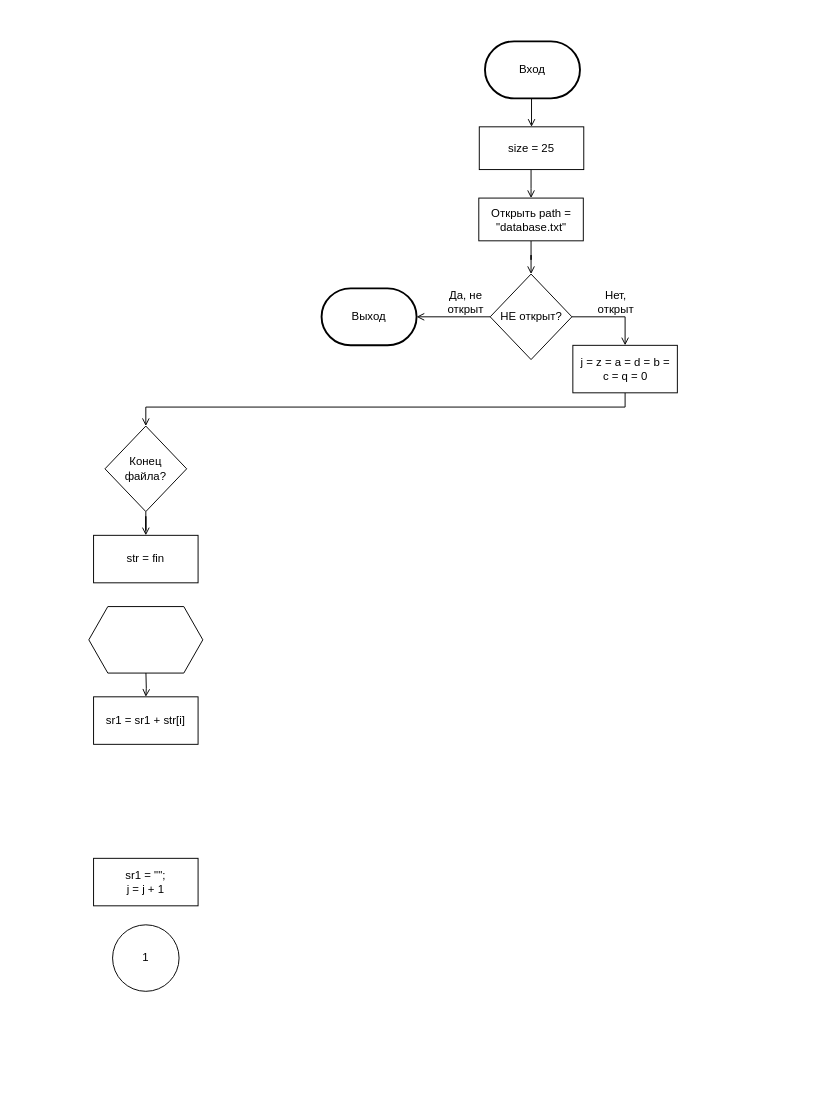
Before: laba7.drawio in ArgumenTiKi/labs, a draw.io diagram. Source tidied: cells renumbered, new cells numbered last; positions are measured from the earlier drawing's top-left corner, leaving out a move shared by most shapes. Both pictures are drawn from the tidied source at 95%, with x=0, y=0 at pixel (88, 41).
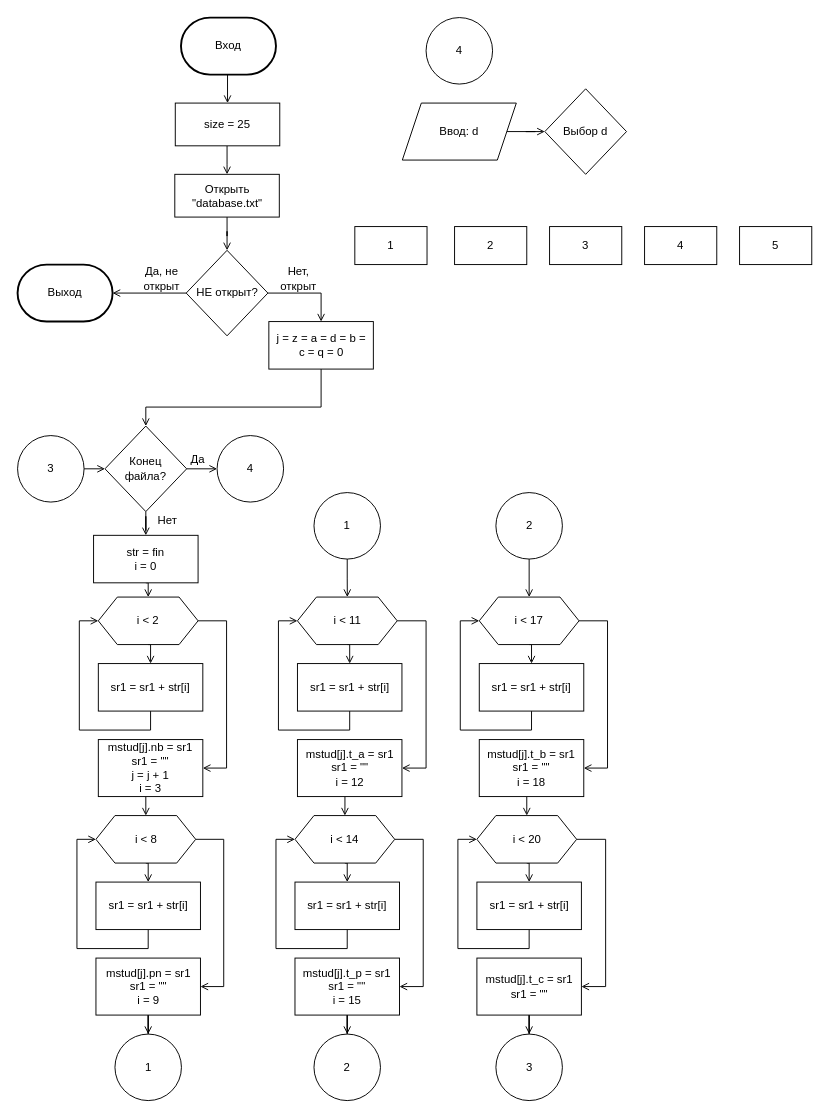
The same diagram, later.

The change refers to these unchanged cells:
```xml
<mxCell id="18" value="Конец&lt;br&gt;файла?" style="rhombus;whiteSpace=wrap;html=1;direction=south;" parent="1" vertex="1">
  <mxGeometry x="17" y="405" width="86" height="90" as="geometry" />
</mxCell>
```

Change to the diagram source:
```diff
@@
     <mxCell id="2" style="edgeStyle=orthogonalEdgeStyle;rounded=0;jettySize=auto;html=1;exitX=0.5;exitY=1;exitDx=0;exitDy=0;exitPerimeter=0;entryX=0.5;entryY=0;entryDx=0;entryDy=0;endArrow=open;endFill=0;" parent="1" edge="1" source="3">
       <mxGeometry relative="1" as="geometry">
-        <mxPoint x="466" y="90" as="targetPoint" />
+        <mxPoint x="146" y="65" as="targetPoint" />
       </mxGeometry>
     </mxCell>
     <mxCell id="3" value="Вход" style="strokeWidth=2;html=1;shape=mxgraph.flowchart.terminator;whiteSpace=wrap;" parent="1" vertex="1">
-      <mxGeometry x="417" width="100" height="60" as="geometry" />
+      <mxGeometry x="97" y="-25" width="100" height="60" as="geometry" />
     </mxCell>
     <mxCell id="4" style="edgeStyle=orthogonalEdgeStyle;rounded=0;jettySize=auto;html=1;entryX=0.5;entryY=0;entryDx=0;entryDy=0;endArrow=open;endFill=0;" parent="1" edge="1" source="5" target="15">
       <mxGeometry relative="1" as="geometry">
         <Array as="points">
-          <mxPoint x="466" y="155" />
+          <mxPoint x="146" y="130" />
         </Array>
       </mxGeometry>
     </mxCell>
     <mxCell id="5" value="size = 25" style="rounded=0;whiteSpace=wrap;html=1;" parent="1" vertex="1">
-      <mxGeometry x="411" y="90" width="110" height="45" as="geometry" />
+      <mxGeometry x="91" y="65" width="110" height="45" as="geometry" />
     </mxCell>
     <mxCell id="6" style="edgeStyle=orthogonalEdgeStyle;rounded=0;jettySize=auto;html=1;entryX=0;entryY=0.5;entryDx=0;entryDy=0;endArrow=open;endFill=0;" parent="1" edge="1" source="7" target="18">
       <mxGeometry relative="1" as="geometry">
         <Array as="points">
-          <mxPoint x="565" y="385" />
+          <mxPoint x="244" y="385" />
           <mxPoint x="60" y="385" />
         </Array>
       </mxGeometry>
     </mxCell>
     <mxCell id="7" value="j = z = a = d = b = &lt;br&gt;c = q = 0" style="rounded=0;whiteSpace=wrap;html=1;" parent="1" vertex="1">
-      <mxGeometry x="509.5" y="320" width="110" height="50" as="geometry" />
+      <mxGeometry x="189.5" y="295" width="110" height="50" as="geometry" />
     </mxCell>
     <mxCell id="8" style="edgeStyle=orthogonalEdgeStyle;rounded=0;jettySize=auto;html=1;exitX=0.5;exitY=1;exitDx=0;exitDy=0;entryX=0;entryY=0.5;entryDx=0;entryDy=0;" parent="1" edge="1" target="11">
       <mxGeometry relative="1" as="geometry">
-        <mxPoint x="459.5" y="257" as="sourcePoint" />
+        <mxPoint x="139.5" y="232" as="sourcePoint" />
       </mxGeometry>
     </mxCell>
@@
     <mxCell id="11" value="НЕ открыт?" style="rhombus;whiteSpace=wrap;html=1;direction=south;" parent="1" vertex="1">
-      <mxGeometry x="422.5" y="245" width="86" height="90" as="geometry" />
+      <mxGeometry x="102.5" y="220" width="86" height="90" as="geometry" />
     </mxCell>
     <mxCell id="12" value="Да, не открыт" style="text;html=1;strokeColor=none;fillColor=none;align=center;verticalAlign=middle;whiteSpace=wrap;rounded=0;" parent="1" vertex="1">
-      <mxGeometry x="376.5" y="265" width="40" height="20" as="geometry" />
+      <mxGeometry x="56.5" y="240" width="40" height="20" as="geometry" />
     </mxCell>
     <mxCell id="13" value="Нет, открыт" style="text;html=1;strokeColor=none;fillColor=none;align=center;verticalAlign=middle;whiteSpace=wrap;rounded=0;" parent="1" vertex="1">
-      <mxGeometry x="534.5" y="265" width="40" height="20" as="geometry" />
+      <mxGeometry x="201" y="240" width="40" height="20" as="geometry" />
     </mxCell>
@@
-    <mxCell id="15" value="Открыть path =&lt;br&gt;&quot;database.txt&quot;" style="rounded=0;whiteSpace=wrap;html=1;" parent="1" vertex="1">
-      <mxGeometry x="410.5" y="165" width="110" height="45" as="geometry" />
+    <mxCell id="15" value="Открыть&lt;br&gt;&quot;database.txt&quot;" style="rounded=0;whiteSpace=wrap;html=1;" parent="1" vertex="1">
+      <mxGeometry x="90.5" y="140" width="110" height="45" as="geometry" />
     </mxCell>
     <mxCell id="16" value="Выход" style="strokeWidth=2;html=1;shape=mxgraph.flowchart.terminator;whiteSpace=wrap;" parent="1" vertex="1">
-      <mxGeometry x="245" y="260" width="100" height="60" as="geometry" />
+      <mxGeometry x="-75" y="235" width="100" height="60" as="geometry" />
     </mxCell>
@@
+    <mxCell id="25" style="edgeStyle=orthogonalEdgeStyle;rounded=0;jettySize=auto;html=1;exitX=0.5;exitY=0;exitDx=0;exitDy=0;entryX=0;entryY=0.5;entryDx=0;entryDy=0;endArrow=open;endFill=0;" parent="1" edge="1" source="18" target="75">
+      <mxGeometry relative="1" as="geometry" />
+    </mxCell>
@@
+    <mxCell id="26" style="edgeStyle=orthogonalEdgeStyle;rounded=0;jettySize=auto;html=1;exitX=0.5;exitY=1;exitDx=0;exitDy=0;entryX=0.5;entryY=0;entryDx=0;entryDy=0;endArrow=open;endFill=0;" parent="1" edge="1" source="19" target="24">
+      <mxGeometry relative="1" as="geometry" />
+    </mxCell>
-    <mxCell id="19" value="str = fin" style="rounded=0;whiteSpace=wrap;html=1;" parent="1" vertex="1">
+    <mxCell id="19" value="str = fin&lt;br&gt;i = 0" style="rounded=0;whiteSpace=wrap;html=1;" parent="1" vertex="1">
       <mxGeometry x="5" y="520" width="110" height="50" as="geometry" />
     </mxCell>
-    <mxCell id="20" style="edgeStyle=orthogonalEdgeStyle;rounded=0;jettySize=auto;html=1;endArrow=open;endFill=0;" parent="1" edge="1" target="21">
-      <mxGeometry relative="1" as="geometry">
-        <mxPoint x="60" y="660" as="sourcePoint" />
-      </mxGeometry>
-    </mxCell>
+    <mxCell id="27" style="edgeStyle=orthogonalEdgeStyle;rounded=0;jettySize=auto;html=1;entryX=0;entryY=0.5;entryDx=0;entryDy=0;endArrow=open;endFill=0;" parent="1" edge="1" source="21" target="24">
+      <mxGeometry relative="1" as="geometry">
+        <Array as="points">
+          <mxPoint x="65" y="725" />
+          <mxPoint x="-10" y="725" />
+          <mxPoint x="-10" y="610" />
+        </Array>
+      </mxGeometry>
+    </mxCell>
     <mxCell id="21" value="sr1 = sr1 + str[i]" style="rounded=0;whiteSpace=wrap;html=1;" parent="1" vertex="1">
-      <mxGeometry x="5" y="690" width="110" height="50" as="geometry" />
+      <mxGeometry x="10" y="655" width="110" height="50" as="geometry" />
     </mxCell>
+    <mxCell id="28" style="edgeStyle=orthogonalEdgeStyle;rounded=0;jettySize=auto;html=1;entryX=0.5;entryY=0;entryDx=0;entryDy=0;endArrow=open;endFill=0;" parent="1" edge="1" source="22" target="38">
+      <mxGeometry relative="1" as="geometry">
+        <Array as="points">
+          <mxPoint x="60" y="805" />
+          <mxPoint x="60" y="805" />
+        </Array>
+      </mxGeometry>
+    </mxCell>
-    <mxCell id="22" value="sr1 = &quot;&quot;;&lt;br&gt;j = j + 1" style="rounded=0;whiteSpace=wrap;html=1;" parent="1" vertex="1">
-      <mxGeometry x="5" y="860" width="110" height="50" as="geometry" />
+    <mxCell id="22" value="mstud[j].nb = sr1&lt;br&gt;sr1 = &quot;&quot;&lt;br&gt;j = j + 1&lt;br&gt;i = 3" style="rounded=0;whiteSpace=wrap;html=1;" parent="1" vertex="1">
+      <mxGeometry x="10" y="735" width="110" height="60" as="geometry" />
     </mxCell>
     <mxCell id="23" value="1" style="ellipse;whiteSpace=wrap;html=1;" parent="1" vertex="1">
-      <mxGeometry x="25" y="930" width="70" height="70" as="geometry" />
+      <mxGeometry x="27.5" y="1045" width="70" height="70" as="geometry" />
     </mxCell>
+    <mxCell id="29" style="edgeStyle=orthogonalEdgeStyle;rounded=0;jettySize=auto;html=1;exitX=0.5;exitY=1;exitDx=0;exitDy=0;entryX=0.5;entryY=0;entryDx=0;entryDy=0;endArrow=open;endFill=0;" parent="1" edge="1" source="24" target="21">
+      <mxGeometry relative="1" as="geometry" />
+    </mxCell>
+    <mxCell id="30" style="edgeStyle=orthogonalEdgeStyle;rounded=0;jettySize=auto;html=1;exitX=1;exitY=0.5;exitDx=0;exitDy=0;entryX=1;entryY=0.5;entryDx=0;entryDy=0;endArrow=open;endFill=0;" parent="1" edge="1" source="24" target="22">
+      <mxGeometry relative="1" as="geometry">
+        <Array as="points">
+          <mxPoint x="145" y="610" />
+          <mxPoint x="145" y="765" />
+        </Array>
+      </mxGeometry>
+    </mxCell>
-    <mxCell id="24" style="shape=hexagon;perimeter=hexagonPerimeter2;whiteSpace=wrap;html=1;fixedSize=1;" parent="1" vertex="1">
-      <mxGeometry y="595" width="120" height="70" as="geometry" />
+    <mxCell id="24" value="i &amp;lt; 2" style="shape=hexagon;perimeter=hexagonPerimeter2;whiteSpace=wrap;html=1;fixedSize=1;" parent="1" vertex="1">
+      <mxGeometry x="10" y="585" width="105" height="50" as="geometry" />
     </mxCell>
+    <mxCell id="31" value="Нет" style="text;html=1;strokeColor=none;fillColor=none;align=center;verticalAlign=middle;whiteSpace=wrap;rounded=0;" parent="1" vertex="1">
+      <mxGeometry x="63" y="495" width="40" height="20" as="geometry" />
+    </mxCell>
+    <mxCell id="32" style="edgeStyle=orthogonalEdgeStyle;rounded=0;jettySize=auto;html=1;entryX=0;entryY=0.5;entryDx=0;entryDy=0;endArrow=open;endFill=0;" parent="1" edge="1" source="33" target="38">
+      <mxGeometry relative="1" as="geometry">
+        <Array as="points">
+          <mxPoint x="62.5" y="955" />
+          <mxPoint x="-12.5" y="955" />
+          <mxPoint x="-12.5" y="840" />
+        </Array>
+      </mxGeometry>
+    </mxCell>
+    <mxCell id="33" value="sr1 = sr1 + str[i]" style="rounded=0;whiteSpace=wrap;html=1;" parent="1" vertex="1">
+      <mxGeometry x="7.5" y="885" width="110" height="50" as="geometry" />
+    </mxCell>
+    <mxCell id="34" style="edgeStyle=orthogonalEdgeStyle;rounded=0;jettySize=auto;html=1;endArrow=open;endFill=0;" parent="1" edge="1" source="35" target="23">
+      <mxGeometry relative="1" as="geometry" />
+    </mxCell>
+    <mxCell id="35" value="mstud[j].pn = sr1&lt;br&gt;sr1 = &quot;&quot;&lt;br&gt;i = 9" style="rounded=0;whiteSpace=wrap;html=1;" parent="1" vertex="1">
+      <mxGeometry x="7.5" y="965" width="110" height="60" as="geometry" />
+    </mxCell>
+    <mxCell id="36" style="edgeStyle=orthogonalEdgeStyle;rounded=0;jettySize=auto;html=1;exitX=0.5;exitY=1;exitDx=0;exitDy=0;entryX=0.5;entryY=0;entryDx=0;entryDy=0;endArrow=open;endFill=0;" parent="1" edge="1" source="38" target="33">
+      <mxGeometry relative="1" as="geometry" />
+    </mxCell>
+    <mxCell id="37" style="edgeStyle=orthogonalEdgeStyle;rounded=0;jettySize=auto;html=1;exitX=1;exitY=0.5;exitDx=0;exitDy=0;entryX=1;entryY=0.5;entryDx=0;entryDy=0;endArrow=open;endFill=0;" parent="1" edge="1" source="38" target="35">
+      <mxGeometry relative="1" as="geometry">
+        <Array as="points">
+          <mxPoint x="142" y="840" />
+          <mxPoint x="142" y="995" />
+        </Array>
+      </mxGeometry>
+    </mxCell>
+    <mxCell id="38" value="i &amp;lt; 8" style="shape=hexagon;perimeter=hexagonPerimeter2;whiteSpace=wrap;html=1;fixedSize=1;" parent="1" vertex="1">
+      <mxGeometry x="7.5" y="815" width="105" height="50" as="geometry" />
+    </mxCell>
+    <mxCell id="39" style="edgeStyle=orthogonalEdgeStyle;rounded=0;jettySize=auto;html=1;entryX=0;entryY=0.5;entryDx=0;entryDy=0;endArrow=open;endFill=0;" parent="1" edge="1" source="40" target="46">
+      <mxGeometry relative="1" as="geometry">
+        <Array as="points">
+          <mxPoint x="274.6" y="725" />
+          <mxPoint x="199.6" y="725" />
+          <mxPoint x="199.6" y="610" />
+        </Array>
+      </mxGeometry>
+    </mxCell>
+    <mxCell id="40" value="sr1 = sr1 + str[i]" style="rounded=0;whiteSpace=wrap;html=1;" parent="1" vertex="1">
+      <mxGeometry x="219.6" y="655" width="110" height="50" as="geometry" />
+    </mxCell>
+    <mxCell id="41" style="edgeStyle=orthogonalEdgeStyle;rounded=0;jettySize=auto;html=1;entryX=0.5;entryY=0;entryDx=0;entryDy=0;endArrow=open;endFill=0;" parent="1" edge="1" source="42" target="53">
+      <mxGeometry relative="1" as="geometry">
+        <Array as="points">
+          <mxPoint x="269.6" y="805" />
+          <mxPoint x="269.6" y="805" />
+        </Array>
+      </mxGeometry>
+    </mxCell>
+    <mxCell id="42" value="mstud[j].t_a = sr1&lt;br&gt;sr1 = &quot;&quot;&lt;br&gt;i = 12" style="rounded=0;whiteSpace=wrap;html=1;" parent="1" vertex="1">
+      <mxGeometry x="219.6" y="735" width="110" height="60" as="geometry" />
+    </mxCell>
+    <mxCell id="43" value="2" style="ellipse;whiteSpace=wrap;html=1;" parent="1" vertex="1">
+      <mxGeometry x="237" y="1045" width="70" height="70" as="geometry" />
+    </mxCell>
+    <mxCell id="44" style="edgeStyle=orthogonalEdgeStyle;rounded=0;jettySize=auto;html=1;exitX=0.5;exitY=1;exitDx=0;exitDy=0;entryX=0.5;entryY=0;entryDx=0;entryDy=0;endArrow=open;endFill=0;" parent="1" edge="1" source="46" target="40">
+      <mxGeometry relative="1" as="geometry" />
+    </mxCell>
+    <mxCell id="45" style="edgeStyle=orthogonalEdgeStyle;rounded=0;jettySize=auto;html=1;exitX=1;exitY=0.5;exitDx=0;exitDy=0;entryX=1;entryY=0.5;entryDx=0;entryDy=0;endArrow=open;endFill=0;" parent="1" edge="1" source="46" target="42">
+      <mxGeometry relative="1" as="geometry">
+        <Array as="points">
+          <mxPoint x="355" y="610" />
+          <mxPoint x="355" y="765" />
+        </Array>
+      </mxGeometry>
+    </mxCell>
+    <mxCell id="46" value="i &amp;lt; 11" style="shape=hexagon;perimeter=hexagonPerimeter2;whiteSpace=wrap;html=1;fixedSize=1;" parent="1" vertex="1">
+      <mxGeometry x="219.6" y="585" width="105" height="50" as="geometry" />
+    </mxCell>
+    <mxCell id="47" style="edgeStyle=orthogonalEdgeStyle;rounded=0;jettySize=auto;html=1;entryX=0;entryY=0.5;entryDx=0;entryDy=0;endArrow=open;endFill=0;" parent="1" edge="1" source="48" target="53">
+      <mxGeometry relative="1" as="geometry">
+        <Array as="points">
+          <mxPoint x="272" y="955" />
+          <mxPoint x="197" y="955" />
+          <mxPoint x="197" y="840" />
+        </Array>
+      </mxGeometry>
+    </mxCell>
+    <mxCell id="48" value="sr1 = sr1 + str[i]" style="rounded=0;whiteSpace=wrap;html=1;" parent="1" vertex="1">
+      <mxGeometry x="217" y="885" width="110" height="50" as="geometry" />
+    </mxCell>
+    <mxCell id="49" style="edgeStyle=orthogonalEdgeStyle;rounded=0;jettySize=auto;html=1;endArrow=open;endFill=0;" parent="1" edge="1" source="50" target="43">
+      <mxGeometry relative="1" as="geometry" />
+    </mxCell>
+    <mxCell id="50" value="mstud[j].t_p = sr1&lt;br&gt;sr1 = &quot;&quot;&lt;br&gt;i = 15" style="rounded=0;whiteSpace=wrap;html=1;" parent="1" vertex="1">
+      <mxGeometry x="217" y="965" width="110" height="60" as="geometry" />
+    </mxCell>
+    <mxCell id="51" style="edgeStyle=orthogonalEdgeStyle;rounded=0;jettySize=auto;html=1;exitX=0.5;exitY=1;exitDx=0;exitDy=0;entryX=0.5;entryY=0;entryDx=0;entryDy=0;endArrow=open;endFill=0;" parent="1" edge="1" source="53" target="48">
+      <mxGeometry relative="1" as="geometry" />
+    </mxCell>
+    <mxCell id="52" style="edgeStyle=orthogonalEdgeStyle;rounded=0;jettySize=auto;html=1;exitX=1;exitY=0.5;exitDx=0;exitDy=0;entryX=1;entryY=0.5;entryDx=0;entryDy=0;endArrow=open;endFill=0;" parent="1" edge="1" source="53" target="50">
+      <mxGeometry relative="1" as="geometry">
+        <Array as="points">
+          <mxPoint x="352" y="840" />
+          <mxPoint x="352" y="995" />
+        </Array>
+      </mxGeometry>
+    </mxCell>
+    <mxCell id="53" value="i &amp;lt; 14" style="shape=hexagon;perimeter=hexagonPerimeter2;whiteSpace=wrap;html=1;fixedSize=1;" parent="1" vertex="1">
+      <mxGeometry x="217" y="815" width="105" height="50" as="geometry" />
+    </mxCell>
+    <mxCell id="54" style="edgeStyle=orthogonalEdgeStyle;rounded=0;jettySize=auto;html=1;entryX=0.5;entryY=0;entryDx=0;entryDy=0;endArrow=open;endFill=0;" parent="1" edge="1" source="55" target="46">
+      <mxGeometry relative="1" as="geometry" />
+    </mxCell>
+    <mxCell id="55" value="1" style="ellipse;whiteSpace=wrap;html=1;" parent="1" vertex="1">
+      <mxGeometry x="237" y="475" width="70" height="70" as="geometry" />
+    </mxCell>
+    <mxCell id="56" style="edgeStyle=orthogonalEdgeStyle;rounded=0;jettySize=auto;html=1;entryX=0;entryY=0.5;entryDx=0;entryDy=0;endArrow=open;endFill=0;" parent="1" edge="1" source="57" target="63">
+      <mxGeometry relative="1" as="geometry">
+        <Array as="points">
+          <mxPoint x="466" y="725" />
+          <mxPoint x="391" y="725" />
+          <mxPoint x="391" y="610" />
+        </Array>
+      </mxGeometry>
+    </mxCell>
+    <mxCell id="57" value="sr1 = sr1 + str[i]" style="rounded=0;whiteSpace=wrap;html=1;" parent="1" vertex="1">
+      <mxGeometry x="411" y="655" width="110" height="50" as="geometry" />
+    </mxCell>
+    <mxCell id="58" style="edgeStyle=orthogonalEdgeStyle;rounded=0;jettySize=auto;html=1;entryX=0.5;entryY=0;entryDx=0;entryDy=0;endArrow=open;endFill=0;" parent="1" edge="1" source="59" target="70">
+      <mxGeometry relative="1" as="geometry">
+        <Array as="points">
+          <mxPoint x="461" y="805" />
+          <mxPoint x="461" y="805" />
+        </Array>
+      </mxGeometry>
+    </mxCell>
+    <mxCell id="59" value="mstud[j].t_b = sr1&lt;br&gt;sr1 = &quot;&quot;&lt;br&gt;i = 18" style="rounded=0;whiteSpace=wrap;html=1;" parent="1" vertex="1">
+      <mxGeometry x="411" y="735" width="110" height="60" as="geometry" />
+    </mxCell>
+    <mxCell id="60" value="3" style="ellipse;whiteSpace=wrap;html=1;" parent="1" vertex="1">
+      <mxGeometry x="428.5" y="1045" width="70" height="70" as="geometry" />
+    </mxCell>
+    <mxCell id="61" style="edgeStyle=orthogonalEdgeStyle;rounded=0;jettySize=auto;html=1;exitX=0.5;exitY=1;exitDx=0;exitDy=0;entryX=0.5;entryY=0;entryDx=0;entryDy=0;endArrow=open;endFill=0;" parent="1" edge="1" source="63" target="57">
+      <mxGeometry relative="1" as="geometry" />
+    </mxCell>
+    <mxCell id="62" style="edgeStyle=orthogonalEdgeStyle;rounded=0;jettySize=auto;html=1;exitX=1;exitY=0.5;exitDx=0;exitDy=0;entryX=1;entryY=0.5;entryDx=0;entryDy=0;endArrow=open;endFill=0;" parent="1" edge="1" source="63" target="59">
+      <mxGeometry relative="1" as="geometry">
+        <Array as="points">
+          <mxPoint x="546" y="610" />
+          <mxPoint x="546" y="765" />
+        </Array>
+      </mxGeometry>
+    </mxCell>
+    <mxCell id="63" value="i &amp;lt; 17" style="shape=hexagon;perimeter=hexagonPerimeter2;whiteSpace=wrap;html=1;fixedSize=1;" parent="1" vertex="1">
+      <mxGeometry x="411" y="585" width="105" height="50" as="geometry" />
+    </mxCell>
+    <mxCell id="64" style="edgeStyle=orthogonalEdgeStyle;rounded=0;jettySize=auto;html=1;entryX=0;entryY=0.5;entryDx=0;entryDy=0;endArrow=open;endFill=0;" parent="1" edge="1" source="65" target="70">
+      <mxGeometry relative="1" as="geometry">
+        <Array as="points">
+          <mxPoint x="463.5" y="955" />
+          <mxPoint x="388.5" y="955" />
+          <mxPoint x="388.5" y="840" />
+        </Array>
+      </mxGeometry>
+    </mxCell>
+    <mxCell id="65" value="sr1 = sr1 + str[i]" style="rounded=0;whiteSpace=wrap;html=1;" parent="1" vertex="1">
+      <mxGeometry x="408.5" y="885" width="110" height="50" as="geometry" />
+    </mxCell>
+    <mxCell id="66" style="edgeStyle=orthogonalEdgeStyle;rounded=0;jettySize=auto;html=1;endArrow=open;endFill=0;" parent="1" edge="1" source="67" target="60">
+      <mxGeometry relative="1" as="geometry" />
+    </mxCell>
+    <mxCell id="67" value="mstud[j].t_c = sr1&lt;br&gt;sr1 = &quot;&quot;" style="rounded=0;whiteSpace=wrap;html=1;" parent="1" vertex="1">
+      <mxGeometry x="408.5" y="965" width="110" height="60" as="geometry" />
+    </mxCell>
+    <mxCell id="68" style="edgeStyle=orthogonalEdgeStyle;rounded=0;jettySize=auto;html=1;exitX=0.5;exitY=1;exitDx=0;exitDy=0;entryX=0.5;entryY=0;entryDx=0;entryDy=0;endArrow=open;endFill=0;" parent="1" edge="1" source="70" target="65">
+      <mxGeometry relative="1" as="geometry" />
+    </mxCell>
+    <mxCell id="69" style="edgeStyle=orthogonalEdgeStyle;rounded=0;jettySize=auto;html=1;exitX=1;exitY=0.5;exitDx=0;exitDy=0;entryX=1;entryY=0.5;entryDx=0;entryDy=0;endArrow=open;endFill=0;" parent="1" edge="1" source="70" target="67">
+      <mxGeometry relative="1" as="geometry">
+        <Array as="points">
+          <mxPoint x="544" y="840" />
+          <mxPoint x="544" y="995" />
+        </Array>
+      </mxGeometry>
+    </mxCell>
+    <mxCell id="70" value="i &amp;lt; 20" style="shape=hexagon;perimeter=hexagonPerimeter2;whiteSpace=wrap;html=1;fixedSize=1;" parent="1" vertex="1">
+      <mxGeometry x="408.5" y="815" width="105" height="50" as="geometry" />
+    </mxCell>
+    <mxCell id="71" style="edgeStyle=orthogonalEdgeStyle;rounded=0;jettySize=auto;html=1;entryX=0.5;entryY=0;entryDx=0;entryDy=0;endArrow=open;endFill=0;" parent="1" edge="1" source="72" target="63">
+      <mxGeometry relative="1" as="geometry" />
+    </mxCell>
+    <mxCell id="72" value="2" style="ellipse;whiteSpace=wrap;html=1;" parent="1" vertex="1">
+      <mxGeometry x="428.5" y="475" width="70" height="70" as="geometry" />
+    </mxCell>
+    <mxCell id="73" style="edgeStyle=orthogonalEdgeStyle;rounded=0;jettySize=auto;html=1;exitX=1;exitY=0.5;exitDx=0;exitDy=0;entryX=0.5;entryY=1;entryDx=0;entryDy=0;endArrow=open;endFill=0;" parent="1" edge="1" source="74" target="18">
+      <mxGeometry relative="1" as="geometry" />
+    </mxCell>
+    <mxCell id="74" value="3" style="ellipse;whiteSpace=wrap;html=1;" parent="1" vertex="1">
+      <mxGeometry x="-75" y="415" width="70" height="70" as="geometry" />
+    </mxCell>
+    <mxCell id="75" value="4" style="ellipse;whiteSpace=wrap;html=1;" parent="1" vertex="1">
+      <mxGeometry x="135" y="415" width="70" height="70" as="geometry" />
+    </mxCell>
+    <mxCell id="76" value="Да" style="text;html=1;strokeColor=none;fillColor=none;align=center;verticalAlign=middle;whiteSpace=wrap;rounded=0;" parent="1" vertex="1">
+      <mxGeometry x="95" y="430" width="40" height="20" as="geometry" />
+    </mxCell>
+    <mxCell id="77" style="edgeStyle=orthogonalEdgeStyle;rounded=0;jettySize=auto;html=1;entryX=0.5;entryY=1;entryDx=0;entryDy=0;endArrow=open;endFill=0;" parent="1" edge="1" source="78" target="83">
+      <mxGeometry relative="1" as="geometry" />
+    </mxCell>
+    <mxCell id="78" value="Ввод: d" style="shape=parallelogram;perimeter=parallelogramPerimeter;whiteSpace=wrap;html=1;fixedSize=1;" parent="1" vertex="1">
+      <mxGeometry x="330" y="65" width="120" height="60" as="geometry" />
+    </mxCell>
+    <mxCell id="79" value="4" style="ellipse;whiteSpace=wrap;html=1;" parent="1" vertex="1">
+      <mxGeometry x="355" y="-25" width="70" height="70" as="geometry" />
+    </mxCell>
+    <mxCell id="80" value="1" style="rounded=0;whiteSpace=wrap;html=1;" parent="1" vertex="1">
+      <mxGeometry x="280" y="195" width="76" height="40" as="geometry" />
+    </mxCell>
+    <mxCell id="81" value="3" style="rounded=0;whiteSpace=wrap;html=1;" parent="1" vertex="1">
+      <mxGeometry x="485" y="195" width="76" height="40" as="geometry" />
+    </mxCell>
+    <mxCell id="82" value="2" style="rounded=0;whiteSpace=wrap;html=1;" parent="1" vertex="1">
+      <mxGeometry x="385" y="195" width="76" height="40" as="geometry" />
+    </mxCell>
+    <mxCell id="83" value="Выбор d" style="rhombus;whiteSpace=wrap;html=1;direction=south;" parent="1" vertex="1">
+      <mxGeometry x="480" y="50" width="86" height="90" as="geometry" />
+    </mxCell>
+    <mxCell id="84" value="5" style="rounded=0;whiteSpace=wrap;html=1;" parent="1" vertex="1">
+      <mxGeometry x="685" y="195" width="76" height="40" as="geometry" />
+    </mxCell>
+    <mxCell id="85" value="4" style="rounded=0;whiteSpace=wrap;html=1;" parent="1" vertex="1">
+      <mxGeometry x="585" y="195" width="76" height="40" as="geometry" />
+    </mxCell>
```
